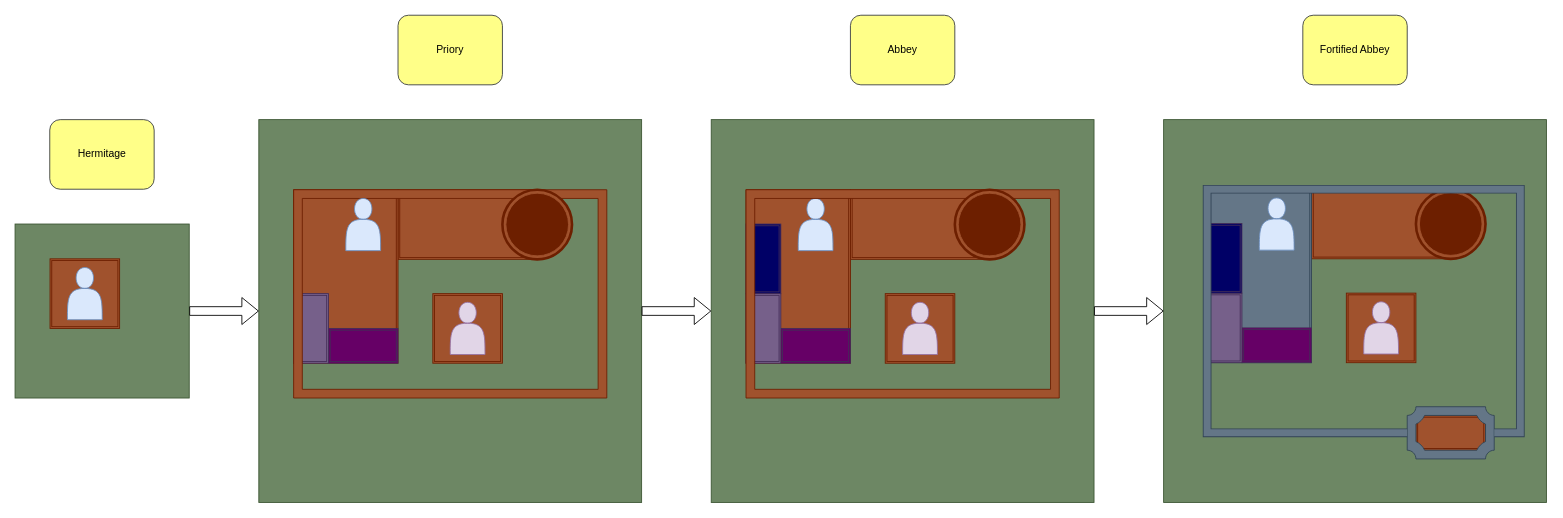
WiebedeBoer/middle3D keeps this draw.io diagram as page "Monastic" (2 of 4) of manual/castle_design/fortifications.drawio. Above is the earlier version. Source tidied: cells renumbered, new cells numbered last; positions are measured from the earlier drawing's top-left corner, leaving out a move shared by most shapes. Both pictures are drawn from the tidied source at 87%, with x=0, y=0 at pixel (15, 15).
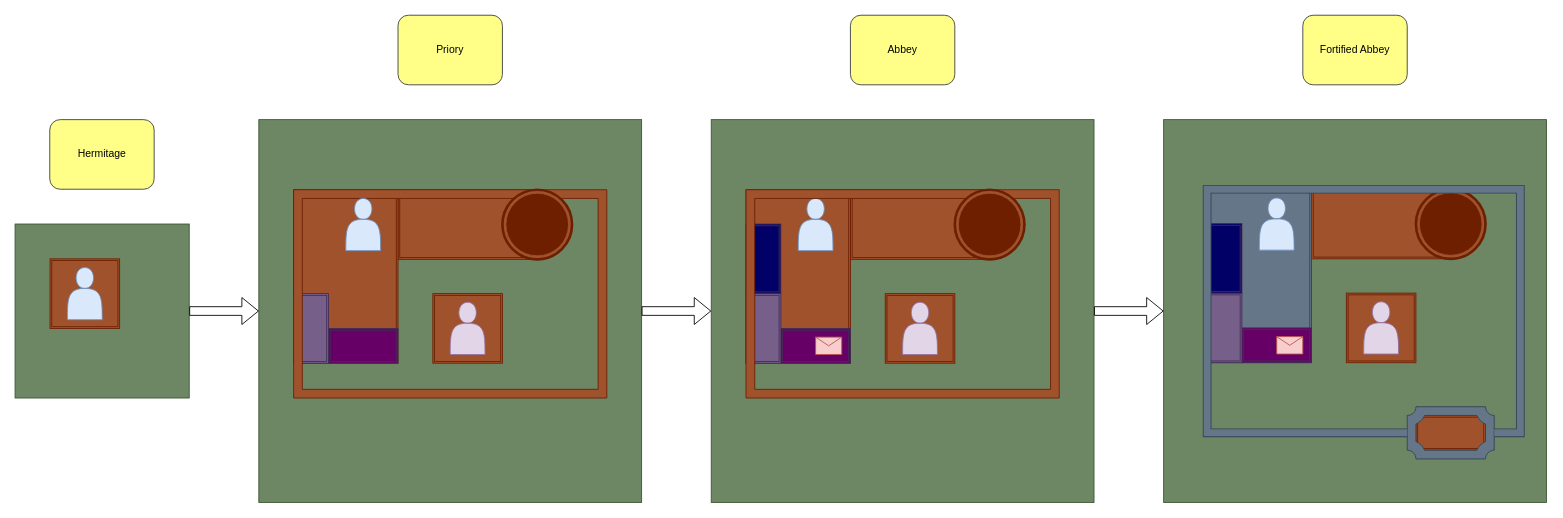
The same diagram, later.

The edit, as a diff of the source:
```diff
@@
+    <mxCell id="46" style="shape=message;whiteSpace=wrap;html=1;fillColor=#f8cecc;strokeColor=#b85450;" parent="1" vertex="1">
+      <mxGeometry x="920" y="370" width="30" height="20" as="geometry" />
+    </mxCell>
+    <mxCell id="47" style="shape=message;whiteSpace=wrap;html=1;fillColor=#f8cecc;strokeColor=#b85450;" parent="1" vertex="1">
+      <mxGeometry x="1450" y="369.4" width="30" height="20" as="geometry" />
+    </mxCell>
```
